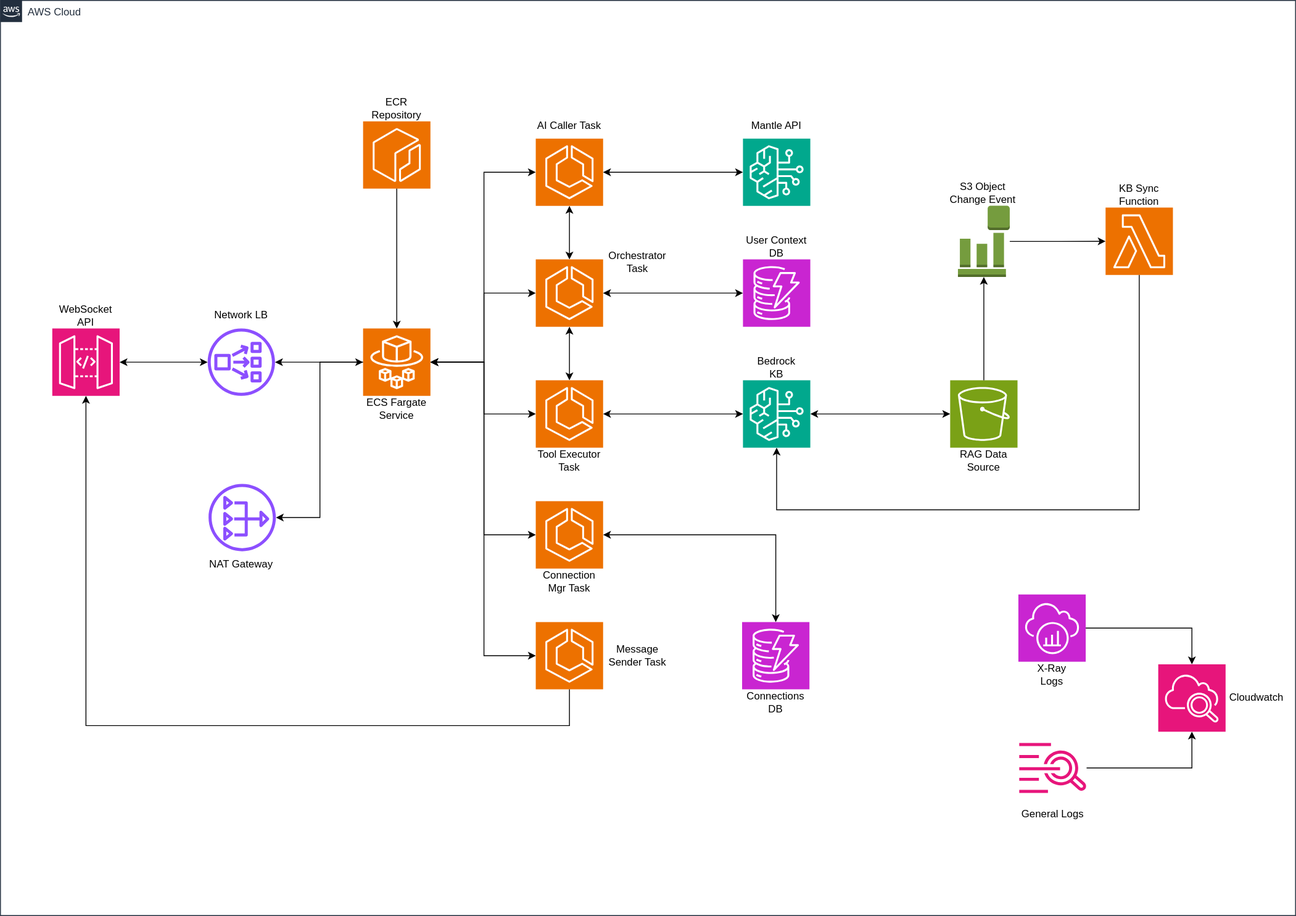
enriqTS/internal-repos-proj keeps this draw.io diagram as templates/chatbot-rag-mantle-ecs-ws/docs/arquitetura/chatbot-mantle-ecs-ws-non-streaming.drawio.svg. Above is the earlier version. Source tidied: cells renumbered, new cells last; positions are measured from the earlier drawing's top-left corner, leaving out a move shared by most shapes.
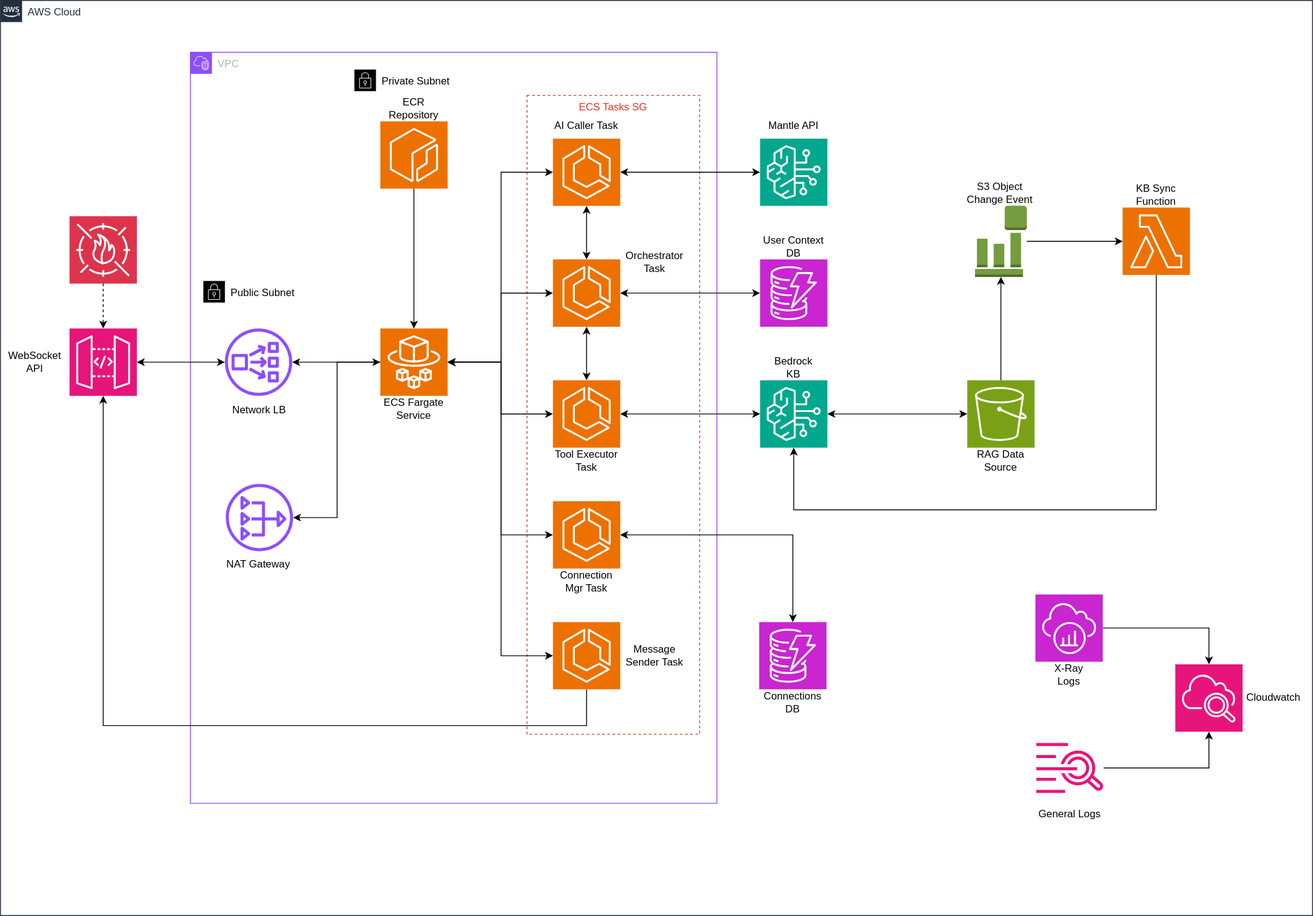
Above is the later version.

What changed in the source:
```diff
@@ -3,16 +3,28 @@
     <mxCell id="0" />
     <mxCell id="1" parent="0" />
     <mxCell id="2" value="AWS Cloud" style="gradientColor=none;html=1;whiteSpace=wrap;fontSize=12;fontStyle=0;shape=mxgraph.aws4.group;grIcon=mxgraph.aws4.group_aws_cloud_alt;strokeColor=#232F3E;fillColor=none;verticalAlign=top;align=left;spacingLeft=30;fontColor=#232F3E;dashed=0;" parent="1" vertex="1">
-      <mxGeometry width="1500" height="1060" as="geometry" />
+      <mxGeometry x="-20" width="1520" height="1060" as="geometry" />
     </mxCell>
+    <mxCell id="65" value="VPC" style="gradientColor=none;html=1;whiteSpace=wrap;fontSize=12;fontStyle=0;shape=mxgraph.aws4.group;grIcon=mxgraph.aws4.group_vpc2;strokeColor=#8C4FFF;fillColor=none;verticalAlign=top;align=left;spacingLeft=30;fontColor=#AAB7B8;dashed=0;" parent="1" vertex="1">
+      <mxGeometry x="200" y="60" width="610" height="870" as="geometry" />
+    </mxCell>
+    <mxCell id="66" value="Public Subnet" style="html=1;whiteSpace=wrap;fontSize=12;fontStyle=0;shape=mxgraph.aws4.group;grIcon=mxgraph.aws4.group_security_group;grStroke=0;verticalAlign=top;align=left;spacingLeft=30;dashed=0;" parent="1" vertex="1">
+      <mxGeometry x="215" y="325" width="160" height="370" as="geometry" />
+    </mxCell>
+    <mxCell id="67" value="Private Subnet" style="html=1;whiteSpace=wrap;fontSize=12;fontStyle=0;shape=mxgraph.aws4.group;grIcon=mxgraph.aws4.group_security_group;grStroke=0;verticalAlign=top;align=left;spacingLeft=30;dashed=0;" parent="1" vertex="1">
+      <mxGeometry x="390" y="80" width="350" height="770" as="geometry" />
+    </mxCell>
+    <mxCell id="68" value="ECS Tasks SG" style="fillColor=none;strokeColor=#DD3522;verticalAlign=top;fontStyle=0;fontColor=#DD3522;whiteSpace=wrap;html=1;dashed=1;" parent="1" vertex="1">
+      <mxGeometry x="590" y="110" width="200" height="740" as="geometry" />
+    </mxCell>
     <mxCell id="3" style="sketch=0;points=[[0,0,0],[0.25,0,0],[0.5,0,0],[0.75,0,0],[1,0,0],[0,1,0],[0.25,1,0],[0.5,1,0],[0.75,1,0],[1,1,0],[0,0.25,0],[0,0.5,0],[0,0.75,0],[1,0.25,0],[1,0.5,0],[1,0.75,0]];outlineConnect=0;fontColor=#232F3E;fillColor=#E7157B;strokeColor=#ffffff;dashed=0;verticalLabelPosition=bottom;verticalAlign=top;align=center;html=1;fontSize=12;fontStyle=0;shape=mxgraph.aws4.resourceIcon;resIcon=mxgraph.aws4.api_gateway;" parent="1" vertex="1">
       <mxGeometry x="60" y="380" width="78" height="78" as="geometry" />
     </mxCell>
     <mxCell id="4" value="WebSocket API" style="text;html=1;whiteSpace=wrap;strokeColor=none;fillColor=none;align=center;verticalAlign=middle;rounded=0;" parent="1" vertex="1">
-      <mxGeometry x="59" y="350" width="80" height="30" as="geometry" />
+      <mxGeometry x="-20" y="404" width="80" height="30" as="geometry" />
     </mxCell>
     <mxCell id="5" value="Network LB" style="text;html=1;whiteSpace=wrap;strokeColor=none;fillColor=none;align=center;verticalAlign=middle;rounded=0;" parent="1" vertex="1">
-      <mxGeometry x="244" y="350" width="70" height="30" as="geometry" />
+      <mxGeometry x="245" y="460" width="70" height="30" as="geometry" />
     </mxCell>
     <mxCell id="6" style="sketch=0;points=[[0,0,0],[0.25,0,0],[0.5,0,0],[0.75,0,0],[1,0,0],[0,1,0],[0.25,1,0],[0.5,1,0],[0.75,1,0],[1,1,0],[0,0.25,0],[0,0.5,0],[0,0.75,0],[1,0.25,0],[1,0.5,0],[1,0.75,0]];outlineConnect=0;fontColor=#232F3E;fillColor=#ED7100;strokeColor=#ffffff;dashed=0;verticalLabelPosition=bottom;verticalAlign=top;align=center;html=1;fontSize=12;fontStyle=0;shape=mxgraph.aws4.resourceIcon;resIcon=mxgraph.aws4.fargate;" parent="1" vertex="1">
       <mxGeometry x="420" y="380" width="78" height="78" as="geometry" />
@@ -231,5 +243,11 @@
     <mxCell id="64" style="edgeStyle=orthogonalEdgeStyle;rounded=0;jettySize=auto;html=1;entryX=0.5;entryY=1;entryDx=0;entryDy=0;entryPerimeter=0;" parent="1" edge="1" source="39" target="35">
       <mxGeometry relative="1" as="geometry" />
     </mxCell>
+    <mxCell id="69" value="AWS WAF (optional)" style="sketch=0;points=[[0,0,0],[0.25,0,0],[0.5,0,0],[0.75,0,0],[1,0,0],[0,1,0],[0.25,1,0],[0.5,1,0],[0.75,1,0],[1,1,0],[0,0.25,0],[0,0.5,0],[0,0.75,0],[1,0.25,0],[1,0.5,0],[1,0.75,0]];outlineConnect=0;fontColor=#FFFFFF;fillColor=#DD344C;strokeColor=#ffffff;dashed=1;verticalLabelPosition=bottom;verticalAlign=top;align=center;html=1;fontSize=12;fontStyle=0;shape=mxgraph.aws4.resourceIcon;resIcon=mxgraph.aws4.waf;" parent="1" vertex="1">
+      <mxGeometry x="60" y="250" width="78" height="78" as="geometry" />
+    </mxCell>
+    <mxCell id="70" style="edgeStyle=orthogonalEdgeStyle;rounded=0;jettySize=auto;html=1;dashed=1;" parent="1" edge="1" source="69" target="3">
+      <mxGeometry relative="1" as="geometry" />
+    </mxCell>
   </root>
 </mxGraphModel>
```
